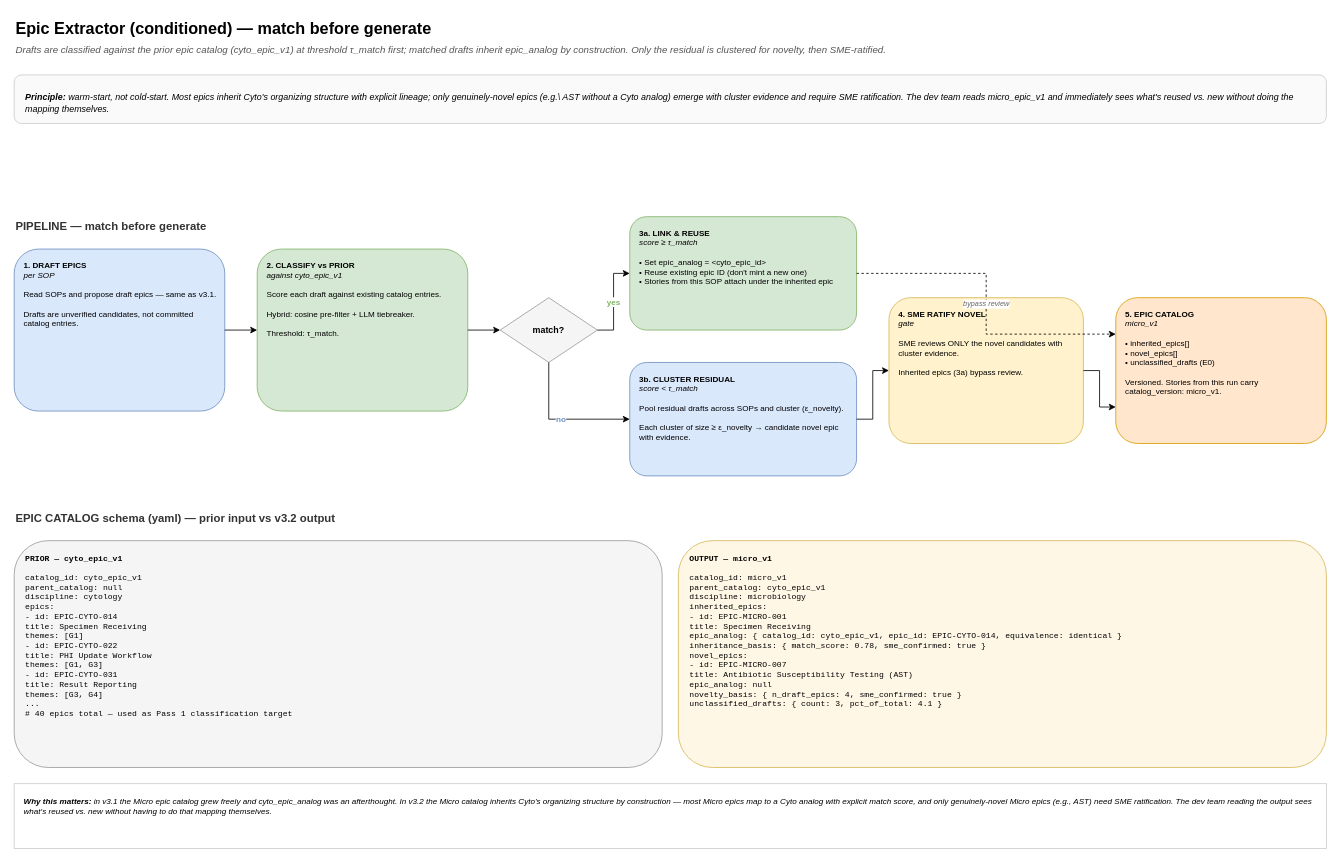
This is page "Epic Extractor (conditioned)" (4 of 13) of microbio_lims_architecture_v32.drawio from Rajneesh-Tiwari/LabReq_agent, a draw.io file, before an edit. Source tidied: cells renumbered, new cells numbered last; positions are measured from the earlier drawing's top-left corner, leaving out a move shared by most shapes. Both pictures are drawn from the tidied source at 81%, with x=0, y=0 at pixel (14, 14).
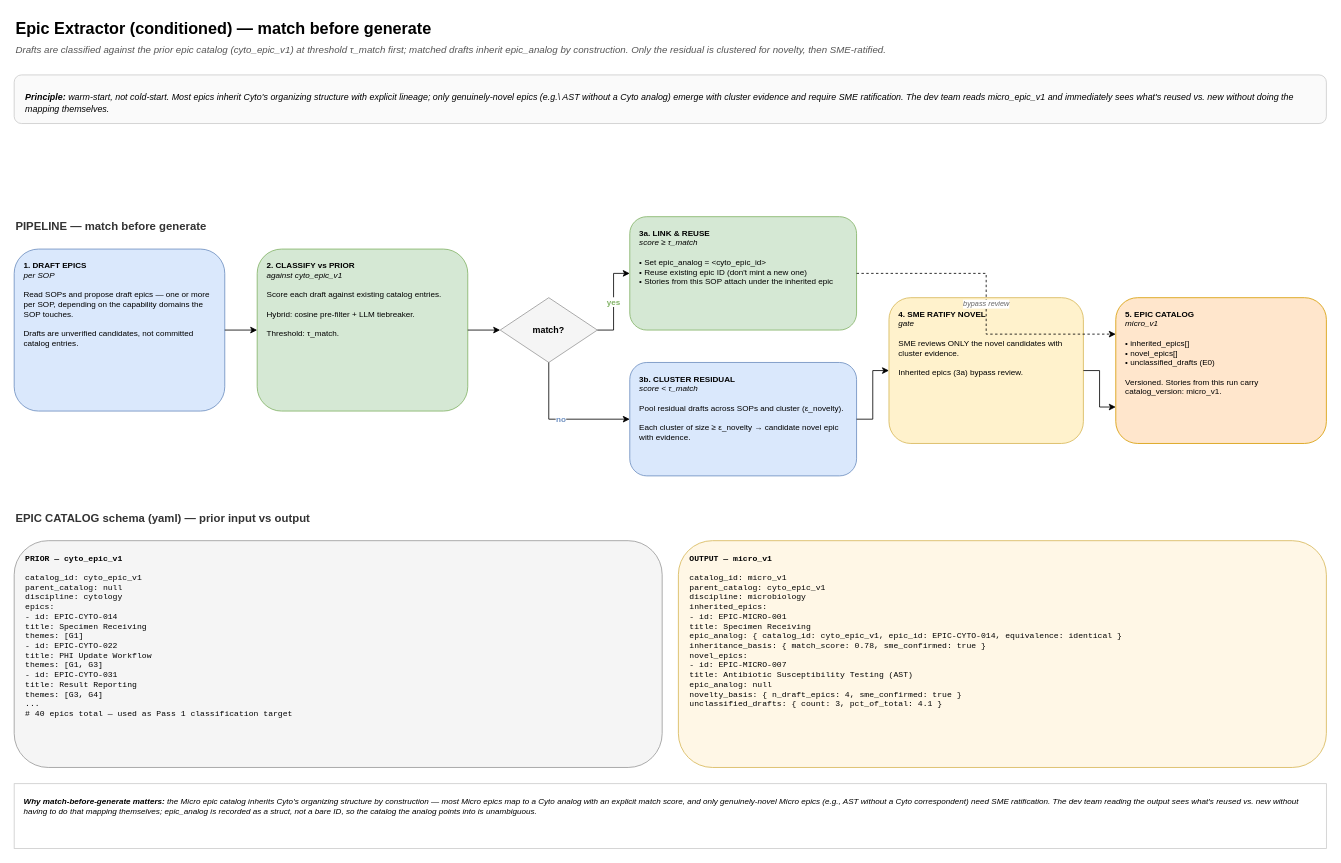
After the change.

Commit message (it also covers changes not shown here):
QC pass on v3.2-only deliverables: 14 fixes (drawio 7, docx 7)

Diff of the diagram source:
```diff
@@
-    <mxCell id="6" value="&lt;b&gt;1. DRAFT EPICS&lt;/b&gt;&#10;&lt;i&gt;per SOP&lt;/i&gt;&#10;&#10;Read SOPs and propose draft epics — same as v3.1.&#10;&#10;Drafts are unverified candidates, not committed catalog entries." style="rounded=1;whiteSpace=wrap;html=1;fillColor=#dae8fc;strokeColor=#6c8ebf;fontSize=10;align=left;verticalAlign=top;spacingLeft=10;spacingTop=8;spacingRight=10;" parent="1" vertex="1">
+    <mxCell id="6" value="&lt;b&gt;1. DRAFT EPICS&lt;/b&gt;&#10;&lt;i&gt;per SOP&lt;/i&gt;&#10;&#10;Read SOPs and propose draft epics — one or more per SOP, depending on the capability domains the SOP touches.&#10;&#10;Drafts are unverified candidates, not committed catalog entries." style="rounded=1;whiteSpace=wrap;html=1;fillColor=#dae8fc;strokeColor=#6c8ebf;fontSize=10;align=left;verticalAlign=top;spacingLeft=10;spacingTop=8;spacingRight=10;" parent="1" vertex="1">
       <mxGeometry y="290" width="260" height="200" as="geometry" />
     </mxCell>
@@
-    <mxCell id="20" value="EPIC CATALOG schema (yaml) — prior input vs v3.2 output" style="text;html=1;strokeColor=none;fillColor=none;align=left;verticalAlign=middle;whiteSpace=wrap;rounded=0;fontSize=14;fontStyle=1;fontColor=#333333;" parent="1" vertex="1">
+    <mxCell id="20" value="EPIC CATALOG schema (yaml) — prior input vs output" style="text;html=1;strokeColor=none;fillColor=none;align=left;verticalAlign=middle;whiteSpace=wrap;rounded=0;fontSize=14;fontStyle=1;fontColor=#333333;" parent="1" vertex="1">
       <mxGeometry y="610" width="1200" height="24" as="geometry" />
     </mxCell>
@@
-    <mxCell id="23" value="&lt;b&gt;Why this matters:&lt;/b&gt; in v3.1 the Micro epic catalog grew freely and cyto_epic_analog was an afterthought. In v3.2 the Micro catalog inherits Cyto's organizing structure by construction — most Micro epics map to a Cyto analog with explicit match score, and only genuinely-novel Micro epics (e.g., AST) need SME ratification. The dev team reading the output sees what's reused vs. new without having to do that mapping themselves." style="rounded=0;whiteSpace=wrap;html=1;fillColor=#ffffff;strokeColor=#cccccc;fontSize=10;align=left;verticalAlign=top;fontStyle=2;spacingLeft=10;spacingTop=10;spacingRight=10;" parent="1" vertex="1">
+    <mxCell id="23" value="&lt;b&gt;Why match-before-generate matters:&lt;/b&gt; the Micro epic catalog inherits Cyto's organizing structure by construction — most Micro epics map to a Cyto analog with an explicit match score, and only genuinely-novel Micro epics (e.g., AST without a Cyto correspondent) need SME ratification. The dev team reading the output sees what's reused vs. new without having to do that mapping themselves; epic_analog is recorded as a struct, not a bare ID, so the catalog the analog points into is unambiguous." style="rounded=0;whiteSpace=wrap;html=1;fillColor=#ffffff;strokeColor=#cccccc;fontSize=10;align=left;verticalAlign=top;fontStyle=2;spacingLeft=10;spacingTop=10;spacingRight=10;" parent="1" vertex="1">
       <mxGeometry y="950" width="1620" height="80" as="geometry" />
     </mxCell>
```
